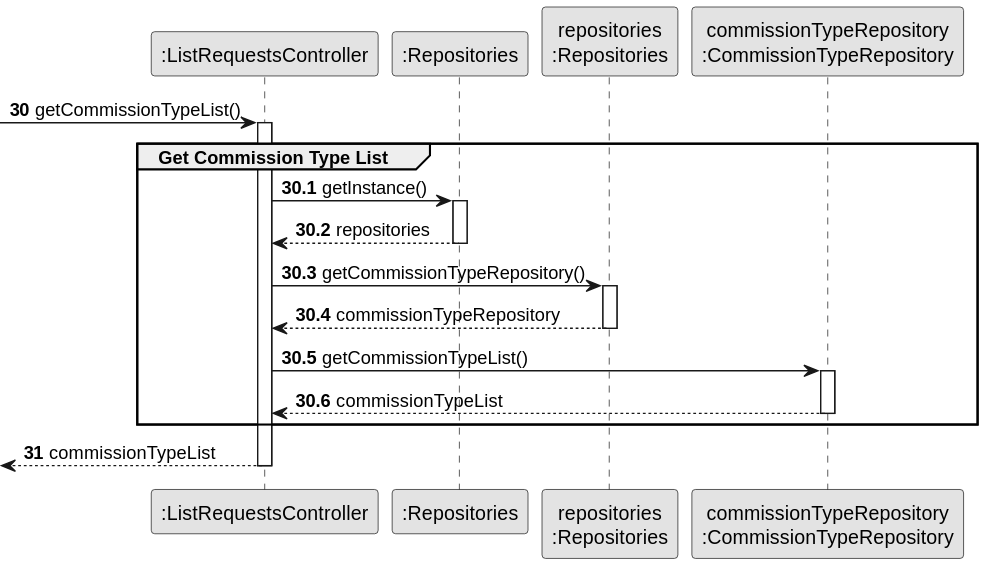
This is docs/sprintD/us008/03.design/svg/us008-sequence-diagram-partial-get-commission-type-list.svg from rita-barbosa/LAPR2-2223, a PlantUML export, as it was before one commit.
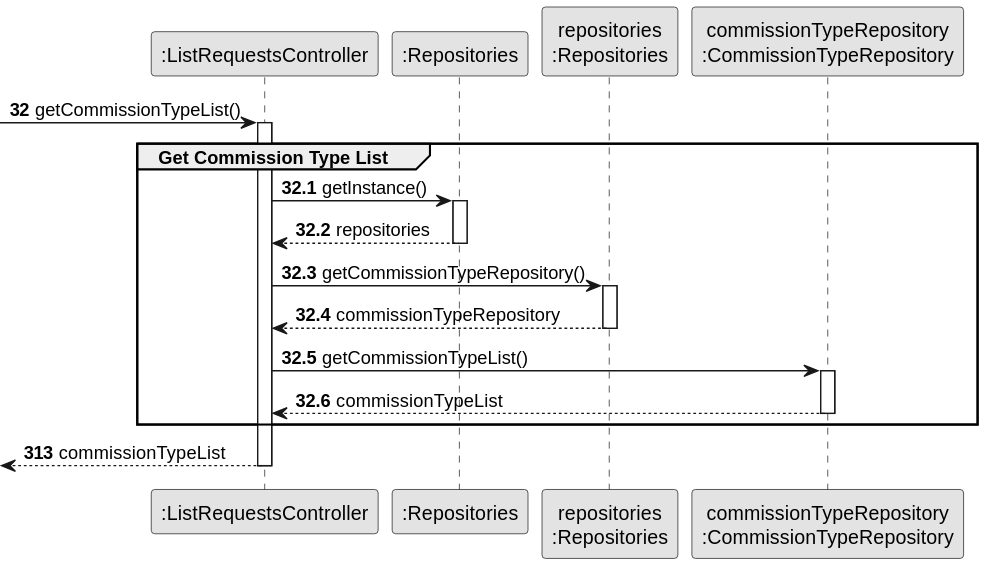
Later version of the same file.

What changed in the source:
```diff
@@ -12,12 +12,12 @@
 participant "commissionTypeRepository\n:CommissionTypeRepository" as CommissionTypeRepository
 
 
-autonumber 30
+autonumber 32
 
             -> CTRL :  getCommissionTypeList()
             activate CTRL
 
-autonumber 30.1
+autonumber 32.1
 
     group Get Commission Type List
 
@@ -41,7 +41,7 @@
 
     end
 
-autonumber 31
+autonumber 313
 
     <-- CTRL : commissionTypeList
     deactivate CTRL
```
